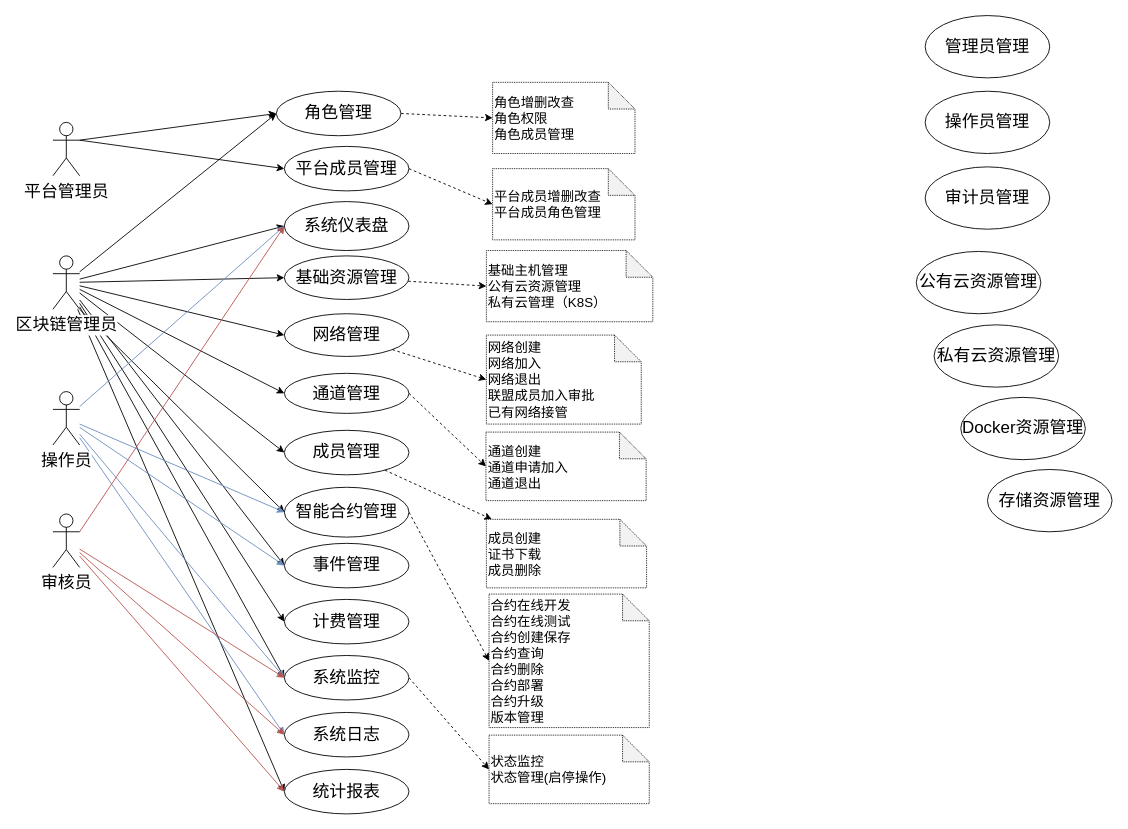
Before: repository/drawio/postb/system use case.drawio in dilide/collections, a draw.io diagram. Source tidied: cells renumbered, new cells numbered last; positions are measured from the earlier drawing's top-left corner, leaving out a move shared by most shapes. Both pictures are drawn from the tidied source at 89%, with x=0, y=0 at pixel (53, 15).
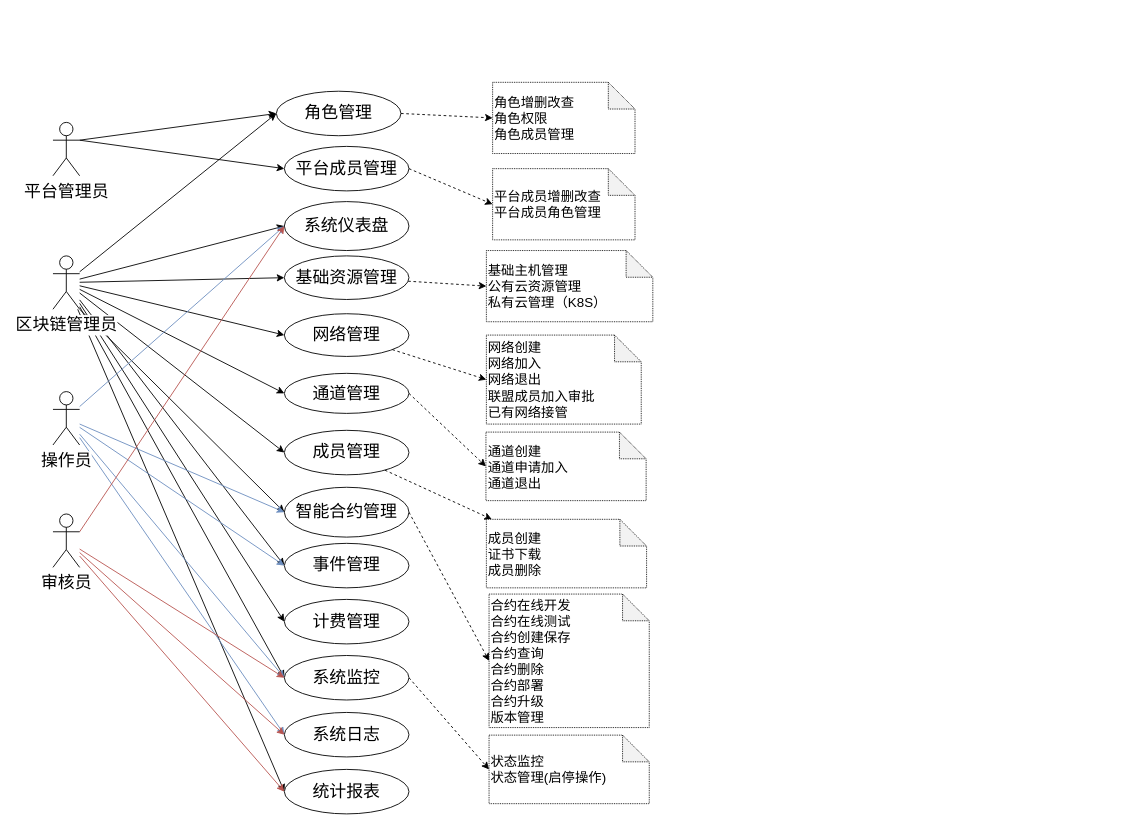
After the change.

Diff of the diagram source:
```diff
@@
-    <mxCell id="20" value="管理员管理" style="ellipse;whiteSpace=wrap;html=1;fontSize=19;" parent="1" vertex="1">
-      <mxGeometry x="980" width="140" height="70" as="geometry" />
-    </mxCell>
-    <mxCell id="21" value="操作员管理" style="ellipse;whiteSpace=wrap;html=1;fontSize=19;" parent="1" vertex="1">
-      <mxGeometry x="980" y="85" width="140" height="70" as="geometry" />
-    </mxCell>
-    <mxCell id="22" value="审计员管理" style="ellipse;whiteSpace=wrap;html=1;fontSize=19;" parent="1" vertex="1">
-      <mxGeometry x="980" y="170" width="140" height="70" as="geometry" />
-    </mxCell>
@@
-    <mxCell id="27" value="公有云资源管理&lt;br style=&quot;font-size: 19px&quot;&gt;" style="ellipse;whiteSpace=wrap;html=1;fontSize=19;" parent="1" vertex="1">
-      <mxGeometry x="970" y="265" width="140" height="70" as="geometry" />
-    </mxCell>
-    <mxCell id="28" value="私有云资源管理&lt;br style=&quot;font-size: 19px&quot;&gt;" style="ellipse;whiteSpace=wrap;html=1;fontSize=19;" parent="1" vertex="1">
-      <mxGeometry x="990" y="347.5" width="140" height="70" as="geometry" />
-    </mxCell>
-    <mxCell id="29" value="Docker资源管理&lt;br style=&quot;font-size: 19px&quot;&gt;" style="ellipse;whiteSpace=wrap;html=1;fontSize=19;" parent="1" vertex="1">
-      <mxGeometry x="1020" y="429" width="140" height="70" as="geometry" />
-    </mxCell>
-    <mxCell id="30" value="存储资源管理&lt;br style=&quot;font-size: 19px&quot;&gt;" style="ellipse;whiteSpace=wrap;html=1;fontSize=19;" parent="1" vertex="1">
-      <mxGeometry x="1050" y="510" width="140" height="70" as="geometry" />
-    </mxCell>
```
